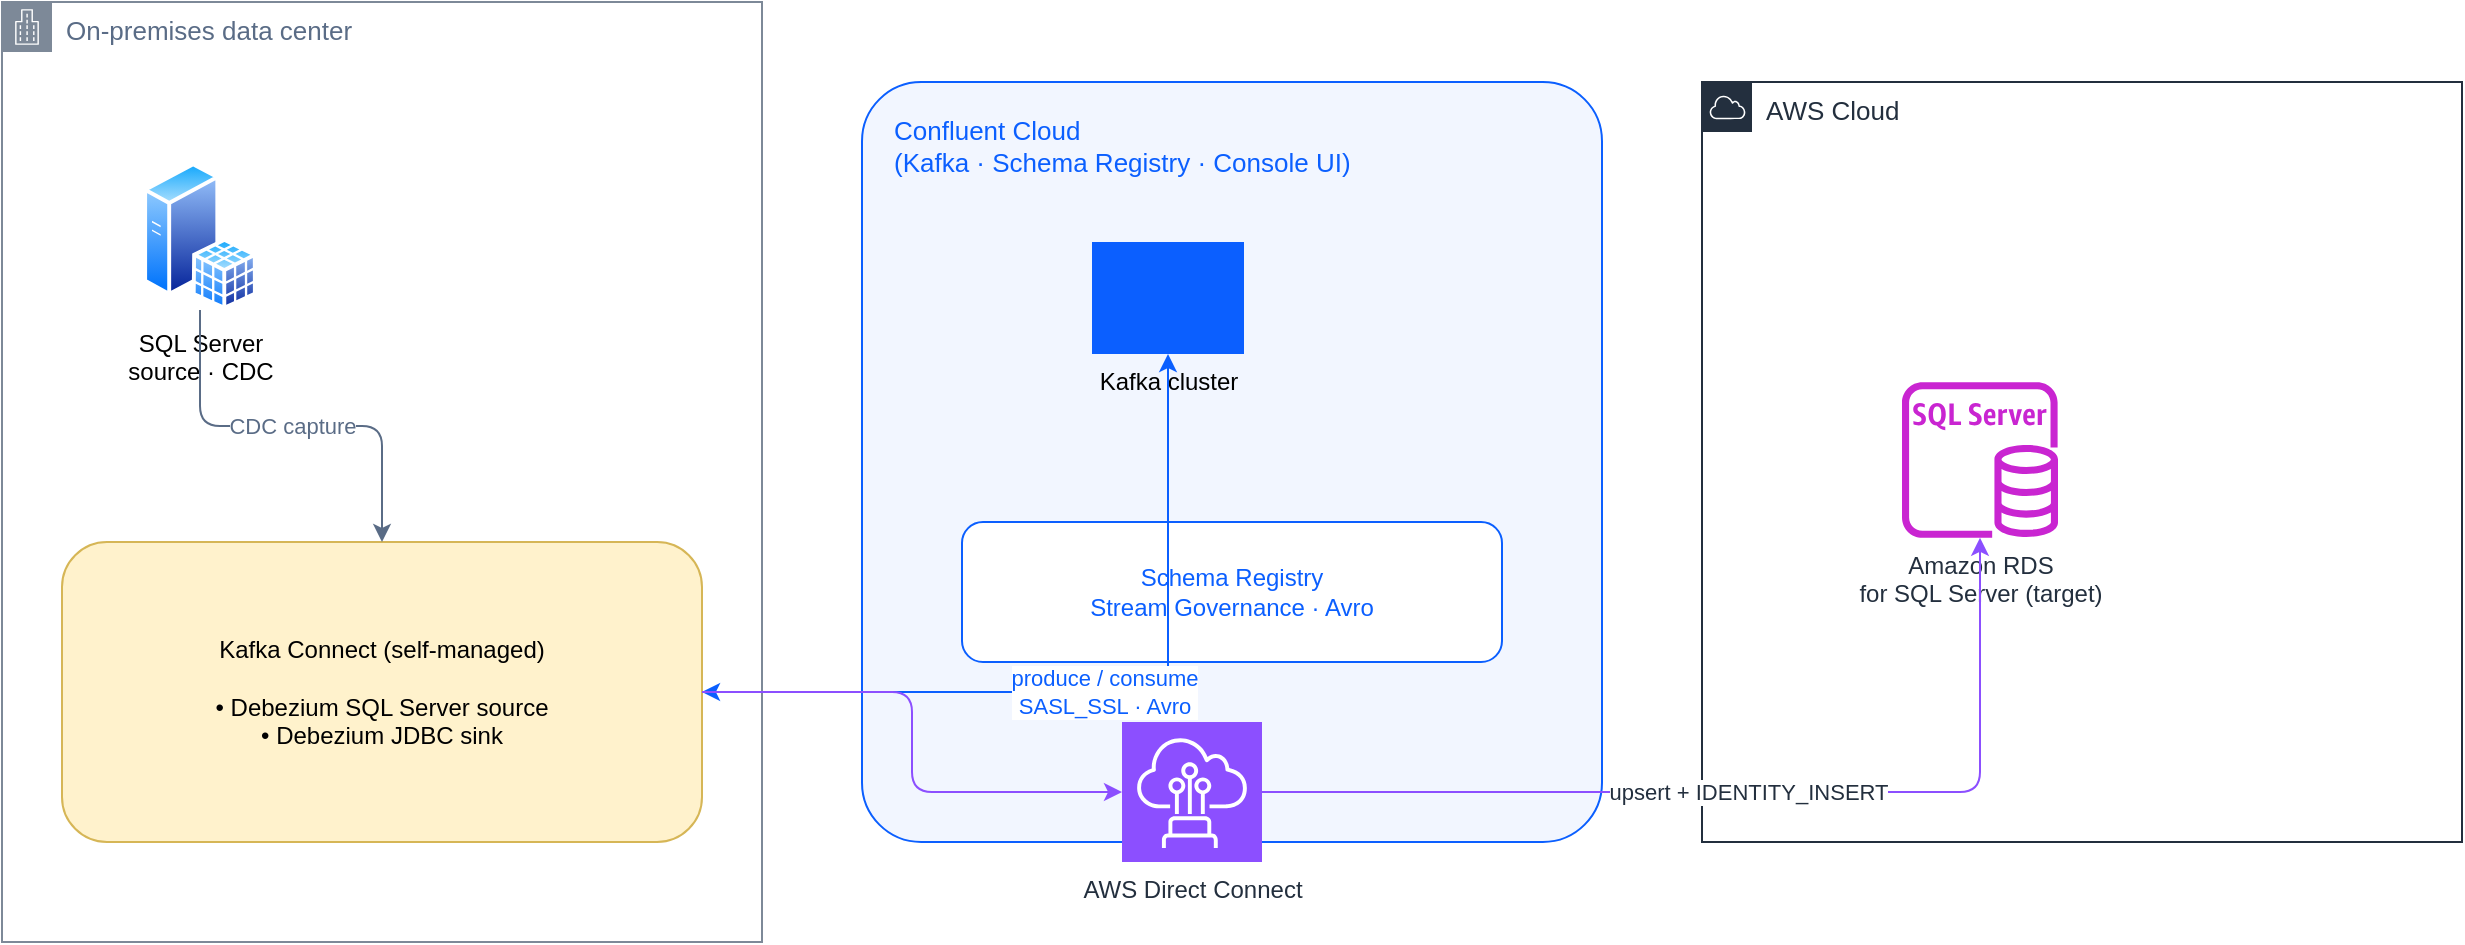
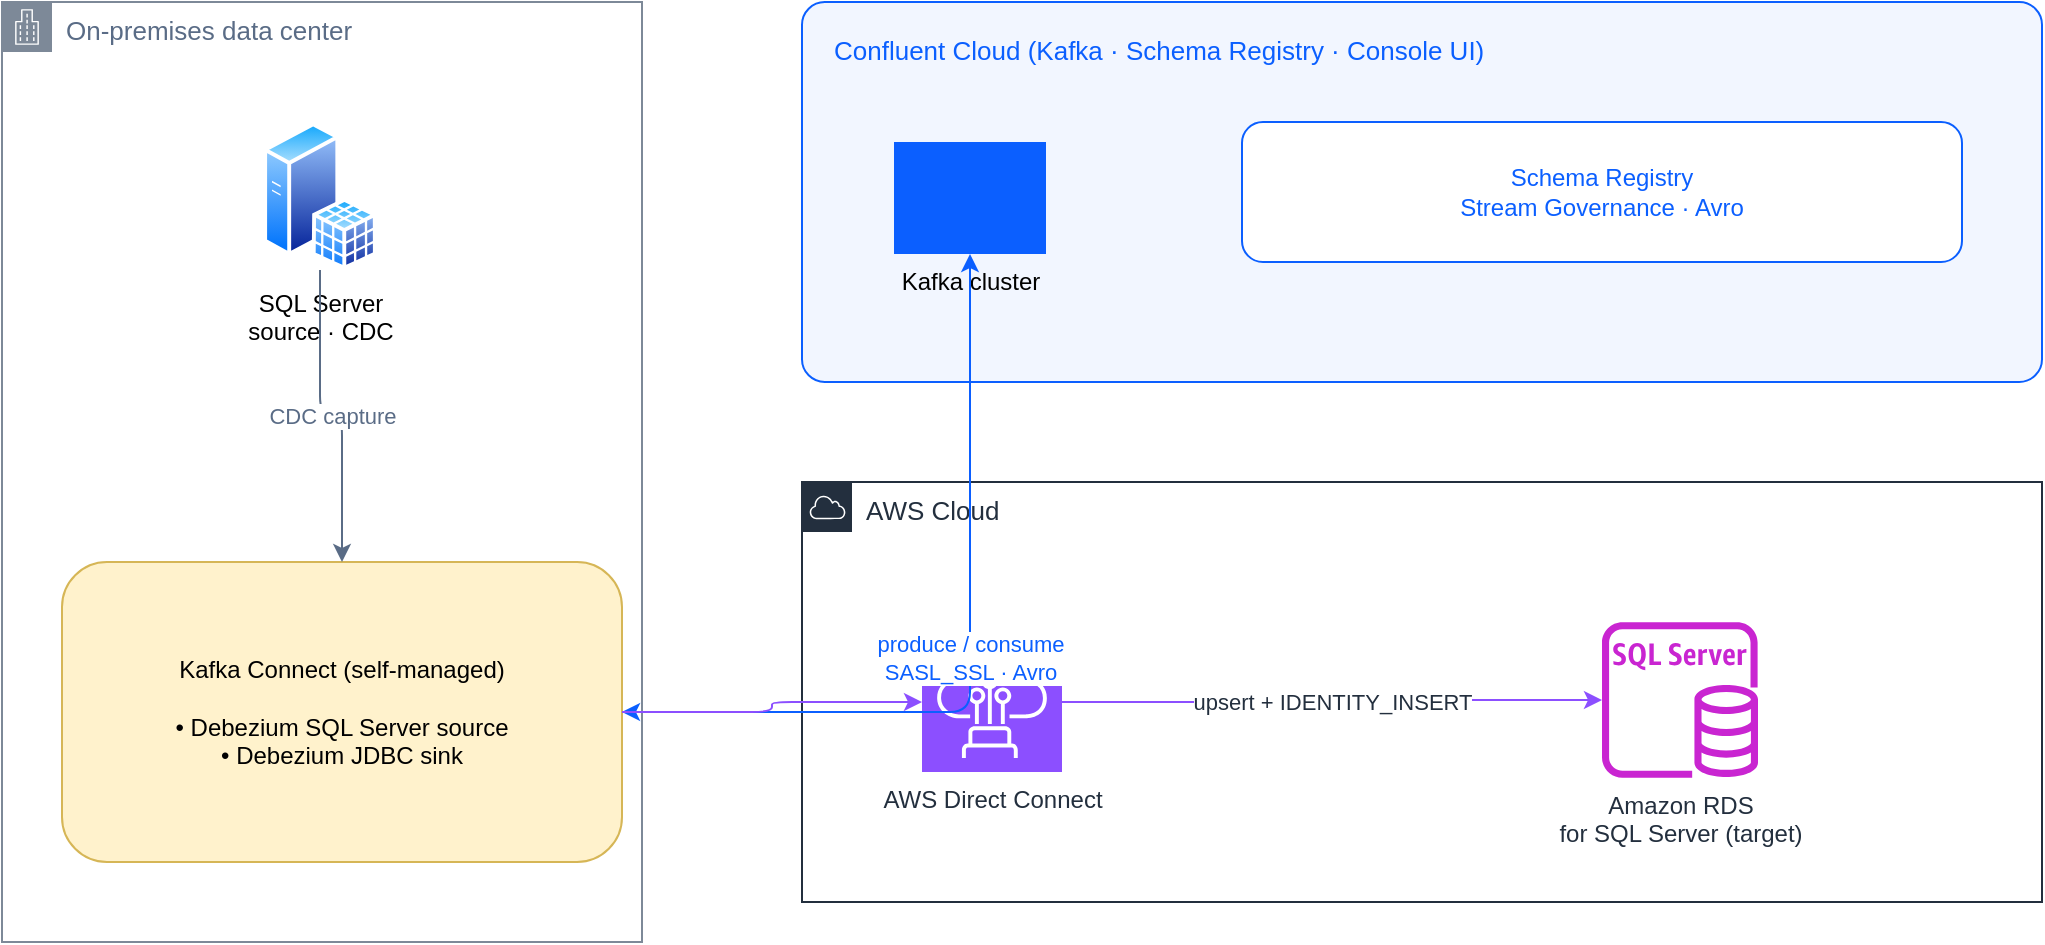
<mxfile host="app.diagrams.net" type="device">
  <diagram name="onprem-cc-rds" id="onprem-cc-rds">
-     <mxGraphModel dx="1300" dy="700" grid="1" gridSize="10" guides="1" connect="1" arrows="1" page="1" pageWidth="1320" pageHeight="640" math="0" shadow="0">
+     <mxGraphModel dx="1300" dy="720" grid="1" gridSize="10" guides="1" connect="1" arrows="1" page="1" pageWidth="1160" pageHeight="600" math="0" shadow="0">
      <root>
        <mxCell id="0"/>
        <mxCell id="1" parent="0"/>

        <!-- Editable source for /diagrams/debezium-onprem-to-rds.svg.
-              Icons use official draw.io stencils. Confluent has no built-in
-              stencil, so Confluent Cloud is a labeled zone; drop in the Confluent
-              logo as an image shape if desired. -->
+              Layout: on-prem (left) ; Confluent Cloud (top-right) ; AWS (bottom-right).
+              Confluent has no built-in draw.io stencil; the zone is labeled. -->

        <!-- ZONES -->
-         <mxCell id="zOnprem" value="On-premises data center" style="sketch=0;outlineConnect=0;gradientColor=none;html=1;whiteSpace=wrap;fontSize=13;fontStyle=0;container=0;pointerEvents=0;shape=mxgraph.aws4.group;grIcon=mxgraph.aws4.group_corporate_data_center;strokeColor=#7D8998;fillColor=none;verticalAlign=top;align=left;spacingLeft=30;fontColor=#5A6C86;dashed=0;" vertex="1" parent="1">
-           <mxGeometry x="40" y="110" width="380" height="470" as="geometry"/>
+         <mxCell id="zOnprem" value="On-premises data center" style="sketch=0;outlineConnect=0;html=1;whiteSpace=wrap;fontSize=13;container=0;pointerEvents=0;shape=mxgraph.aws4.group;grIcon=mxgraph.aws4.group_corporate_data_center;strokeColor=#7D8998;fillColor=none;verticalAlign=top;align=left;spacingLeft=30;fontColor=#5A6C86;dashed=0;" vertex="1" parent="1">
+           <mxGeometry x="40" y="80" width="320" height="470" as="geometry"/>
        </mxCell>
-         <mxCell id="zCC" value="Confluent Cloud&#10;(Kafka · Schema Registry · Console UI)" style="rounded=1;arcSize=8;html=1;whiteSpace=wrap;strokeColor=#0B5FFF;fillColor=#F2F6FF;verticalAlign=top;align=left;spacingLeft=14;spacingTop=10;fontColor=#0B5FFF;fontSize=13;dashed=0;" vertex="1" parent="1">
-           <mxGeometry x="470" y="150" width="370" height="380" as="geometry"/>
+         <mxCell id="zCC" value="Confluent Cloud  (Kafka · Schema Registry · Console UI)" style="rounded=1;arcSize=6;html=1;whiteSpace=wrap;strokeColor=#0B5FFF;fillColor=#F2F6FF;verticalAlign=top;align=left;spacingLeft=14;spacingTop=10;fontColor=#0B5FFF;fontSize=13;dashed=0;" vertex="1" parent="1">
+           <mxGeometry x="440" y="80" width="620" height="190" as="geometry"/>
        </mxCell>
-         <mxCell id="zAWS" value="AWS Cloud" style="sketch=0;outlineConnect=0;gradientColor=none;html=1;whiteSpace=wrap;fontSize=13;fontStyle=0;container=0;pointerEvents=0;shape=mxgraph.aws4.group;grIcon=mxgraph.aws4.group_aws_cloud;strokeColor=#232F3E;fillColor=none;verticalAlign=top;align=left;spacingLeft=30;fontColor=#232F3E;dashed=0;" vertex="1" parent="1">
-           <mxGeometry x="890" y="150" width="380" height="380" as="geometry"/>
+         <mxCell id="zAWS" value="AWS Cloud" style="sketch=0;outlineConnect=0;html=1;whiteSpace=wrap;fontSize=13;container=0;pointerEvents=0;shape=mxgraph.aws4.group;grIcon=mxgraph.aws4.group_aws_cloud;strokeColor=#232F3E;fillColor=none;verticalAlign=top;align=left;spacingLeft=30;fontColor=#232F3E;dashed=0;" vertex="1" parent="1">
+           <mxGeometry x="440" y="320" width="620" height="210" as="geometry"/>
        </mxCell>

        <!-- ON-PREM nodes -->
        <mxCell id="src" value="SQL Server&#10;source · CDC" style="image;aspect=fixed;perimeter=ellipsePerimeter;html=1;align=center;verticalLabelPosition=bottom;verticalAlign=top;shadow=0;dashed=0;spacingTop=3;image=img/lib/active_directory/sql_server.svg;" vertex="1" parent="1">
-           <mxGeometry x="110" y="190" width="58" height="74" as="geometry"/>
+           <mxGeometry x="170" y="140" width="58" height="74" as="geometry"/>
        </mxCell>
        <mxCell id="connect" value="Kafka Connect (self-managed)&#10;&#10;• Debezium SQL Server source&#10;• Debezium JDBC sink" style="rounded=1;whiteSpace=wrap;html=1;fillColor=#FFF2CC;strokeColor=#D6B656;align=center;verticalAlign=middle;fontSize=12;" vertex="1" parent="1">
-           <mxGeometry x="70" y="380" width="320" height="150" as="geometry"/>
+           <mxGeometry x="70" y="360" width="280" height="150" as="geometry"/>
        </mxCell>

        <!-- CONFLUENT CLOUD nodes -->
        <mxCell id="kafka" value="Kafka cluster" style="points=[];aspect=fixed;html=1;align=center;verticalLabelPosition=bottom;verticalAlign=top;shadow=0;dashed=0;fillColor=#0B5FFF;strokeColor=none;shape=mxgraph.alibaba_cloud.kafka;" vertex="1" parent="1">
-           <mxGeometry x="585" y="230" width="76" height="56" as="geometry"/>
+           <mxGeometry x="486" y="150" width="76" height="56" as="geometry"/>
        </mxCell>
        <mxCell id="sr" value="Schema Registry&#10;Stream Governance · Avro" style="rounded=1;whiteSpace=wrap;html=1;fillColor=#FFFFFF;strokeColor=#0B5FFF;fontColor=#0B5FFF;fontSize=12;" vertex="1" parent="1">
-           <mxGeometry x="520" y="370" width="270" height="70" as="geometry"/>
+           <mxGeometry x="660" y="140" width="360" height="70" as="geometry"/>
        </mxCell>

        <!-- AWS nodes -->
+         <mxCell id="dx" value="AWS Direct Connect" style="sketch=0;outlineConnect=0;fontColor=#232F3E;fillColor=#8C4FFF;strokeColor=#ffffff;dashed=0;verticalLabelPosition=bottom;verticalAlign=top;align=center;html=1;fontSize=12;aspect=fixed;shape=mxgraph.aws4.resourceIcon;resIcon=mxgraph.aws4.direct_connect;" vertex="1" parent="1">
+           <mxGeometry x="500" y="395" width="70" height="70" as="geometry"/>
+         </mxCell>
        <mxCell id="rds" value="Amazon RDS&#10;for SQL Server (target)" style="sketch=0;outlineConnect=0;fontColor=#232F3E;gradientColor=none;fillColor=#C925D1;strokeColor=none;dashed=0;verticalLabelPosition=bottom;verticalAlign=top;align=center;html=1;fontSize=12;fontStyle=0;aspect=fixed;pointerEvents=1;shape=mxgraph.aws4.rds_sql_server_instance;" vertex="1" parent="1">
-           <mxGeometry x="990" y="300" width="78" height="78" as="geometry"/>
-         </mxCell>
-         <mxCell id="dx" value="AWS Direct Connect" style="sketch=0;outlineConnect=0;fontColor=#232F3E;fillColor=#8C4FFF;strokeColor=#ffffff;dashed=0;verticalLabelPosition=bottom;verticalAlign=top;align=center;html=1;fontSize=12;aspect=fixed;shape=mxgraph.aws4.resourceIcon;resIcon=mxgraph.aws4.direct_connect;" vertex="1" parent="1">
-           <mxGeometry x="600" y="470" width="70" height="70" as="geometry"/>
+           <mxGeometry x="840" y="390" width="78" height="78" as="geometry"/>
        </mxCell>

        <!-- EDGES -->
        <mxCell id="e1" value="CDC capture" style="edgeStyle=orthogonalEdgeStyle;rounded=1;html=1;strokeColor=#5A6C86;fontColor=#5A6C86;" edge="1" parent="1" source="src" target="connect">
          <mxGeometry relative="1" as="geometry"/>
        </mxCell>
        <mxCell id="e2" value="produce / consume&#10;SASL_SSL · Avro" style="edgeStyle=orthogonalEdgeStyle;rounded=1;html=1;startArrow=classic;endArrow=classic;strokeColor=#0B5FFF;fontColor=#0B5FFF;" edge="1" parent="1" source="connect" target="kafka">
          <mxGeometry relative="1" as="geometry"/>
        </mxCell>
        <mxCell id="e3" value="" style="edgeStyle=orthogonalEdgeStyle;rounded=1;html=1;strokeColor=#8C4FFF;" edge="1" parent="1" source="connect" target="dx">
          <mxGeometry relative="1" as="geometry"/>
        </mxCell>
        <mxCell id="e4" value="upsert + IDENTITY_INSERT" style="edgeStyle=orthogonalEdgeStyle;rounded=1;html=1;strokeColor=#8C4FFF;fontColor=#232F3E;" edge="1" parent="1" source="dx" target="rds">
          <mxGeometry relative="1" as="geometry"/>
        </mxCell>
      </root>
    </mxGraphModel>
  </diagram>
</mxfile>
